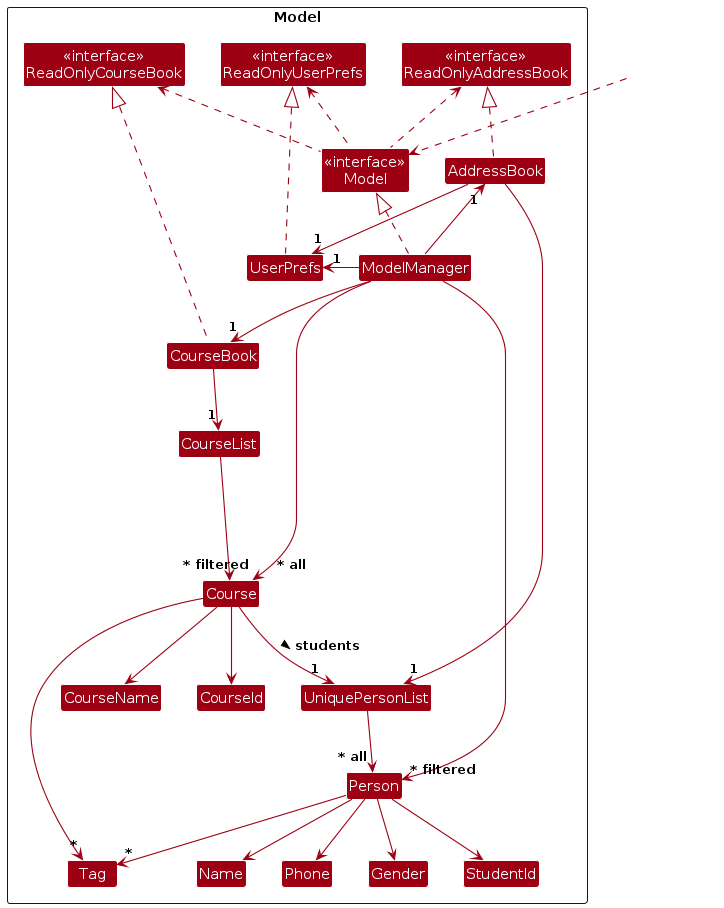
Earlier version of the PlantUML export diagrams/ModelClassDiagram.png (Beastarz/tp). Its source is kept beside it as diagrams/ModelClassDiagram.puml.
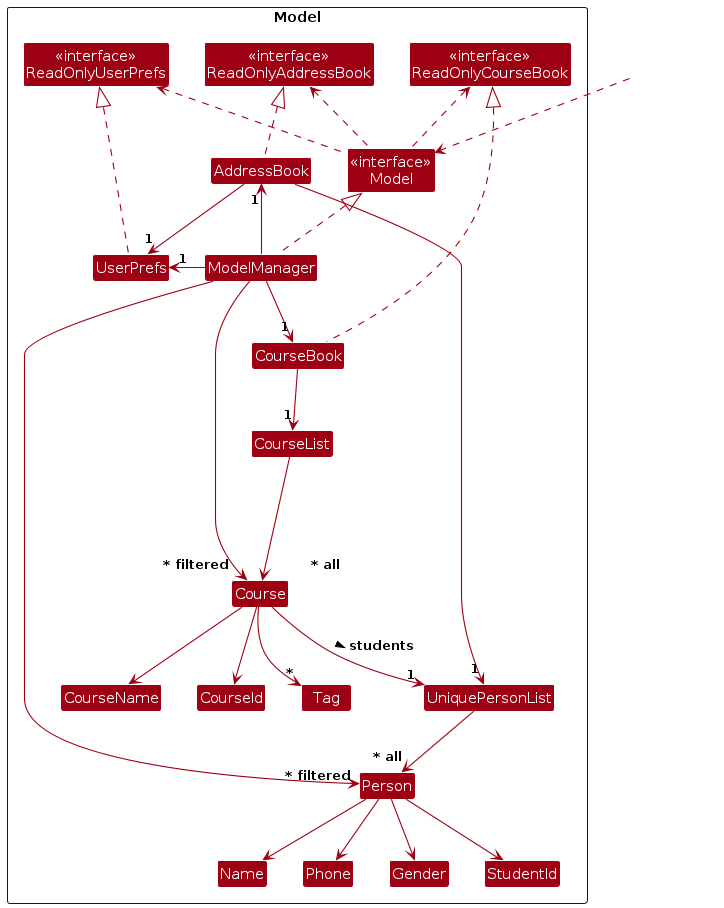
Later version of the same file.

What changed in the source:
```diff
@@ -52,7 +52,6 @@
 Person --> Phone
 Person --> Gender
 Person --> StudentId
-Person --> "*" Tag
 
 CourseBook --> "1" CourseList
 CourseList --> "       ~* all" Course
```
